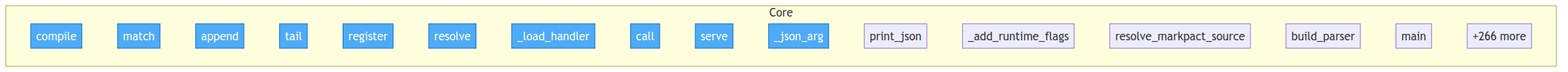
Earlier version of the Mermaid export project/flow.png (tellmesh/urisys). Its source is kept beside it as project/flow.mmd.
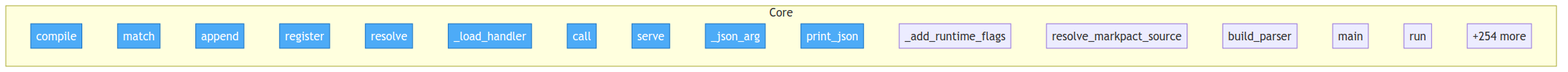
After the commit.

Diff of the diagram source:
```diff
@@ -6,7 +6,6 @@
         packages__python__urisysedge__runtime__Route__compile["compile"]
         packages__python__urisysedge__runtime__Route__match["match"]
         packages__python__urisysedge__runtime__JsonlEventStore__append["append"]
-        packages__python__urisysedge__runtime__JsonlEventStore__tail["tail"]
         packages__python__urisysedge__runtime__Runtime__register["register"]
         packages__python__urisysedge__runtime__Runtime__resolve["resolve"]
         packages__python__urisysedge__runtime__Runtime___load_handler["_load_handler"]
@@ -18,7 +17,8 @@
         src__urisys__cli__resolve_markpact_source["resolve_markpact_source"]
         src__urisys__cli__build_parser["build_parser"]
         src__urisys__cli__main["main"]
-        ...["+266 more"]
+        src__urisys__controllers__flow_controller__FlowController__run["run"]
+        ...["+254 more"]
     end
 
-    class packages__python__urisysedge__runtime__Route__compile,packages__python__urisysedge__runtime__Route__match,packages__python__urisysedge__runtime__JsonlEventStore__append,packages__python__urisysedge__runtime__JsonlEventStore__tail,packages__python__urisysedge__runtime__Runtime__register,packages__python__urisysedge__runtime__Runtime__resolve,packages__python__urisysedge__runtime__Runtime___load_handler,packages__python__urisysedge__runtime__Runtime__call,packages__python__urisysedge__runtime__serve,src__urisys__cli___json_arg entry
+    class packages__python__urisysedge__runtime__Route__compile,packages__python__urisysedge__runtime__Route__match,packages__python__urisysedge__runtime__JsonlEventStore__append,packages__python__urisysedge__runtime__Runtime__register,packages__python__urisysedge__runtime__Runtime__resolve,packages__python__urisysedge__runtime__Runtime___load_handler,packages__python__urisysedge__runtime__Runtime__call,packages__python__urisysedge__runtime__serve,src__urisys__cli___json_arg,src__urisys__cli__print_json entry
```
